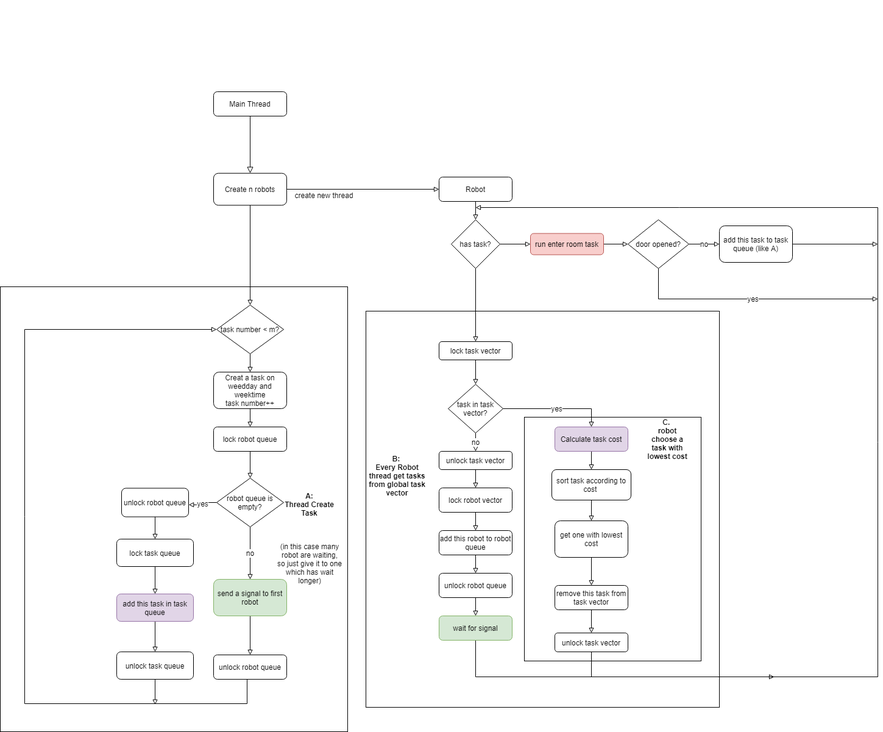
The draw.io diagram image/scheduler-detail_work_flow.png in Forrest-Z/scheduler, before a commit. Source tidied: cells renumbered, new cells last; positions are measured from the earlier drawing's top-left corner, leaving out a move shared by most shapes.
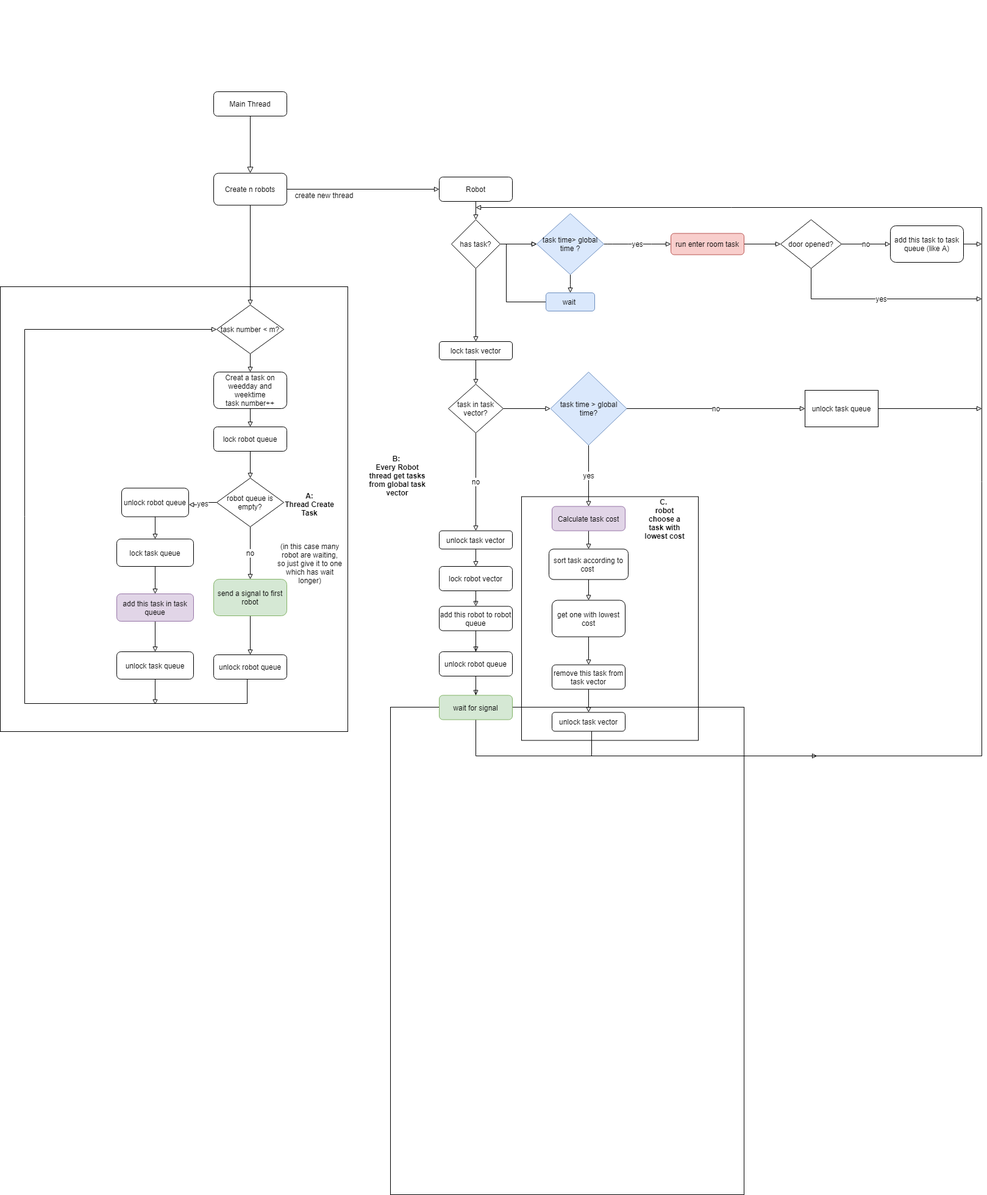
The same diagram one commit later.

What changed in the source:
```diff
@@ -3,7 +3,7 @@
     <mxCell id="0" />
     <mxCell id="1" parent="0" />
     <mxCell id="2" style="rounded=0;whiteSpace=wrap;html=1;" parent="1" vertex="1">
-      <mxGeometry x="600" y="500" width="580" height="650" as="geometry" />
+      <mxGeometry x="640" y="1150" width="580" height="800" as="geometry" />
     </mxCell>
     <mxCell id="3" style="rounded=0;whiteSpace=wrap;html=1;" parent="1" vertex="1">
       <mxGeometry y="460" width="570" height="730" as="geometry" />
@@ -82,7 +82,7 @@
     <mxCell id="25" value="Robot" style="rounded=1;whiteSpace=wrap;html=1;" parent="1" vertex="1">
       <mxGeometry x="720" y="280" width="120" height="40" as="geometry" />
     </mxCell>
-    <mxCell id="26" style="edgeStyle=orthogonalEdgeStyle;rounded=0;jettySize=auto;html=1;endArrow=block;endFill=0;" parent="1" edge="1" source="27" target="29">
+    <mxCell id="26" style="edgeStyle=orthogonalEdgeStyle;rounded=0;jettySize=auto;html=1;endArrow=block;endFill=0;" parent="1" edge="1" source="27" target="76">
       <mxGeometry relative="1" as="geometry" />
     </mxCell>
     <mxCell id="27" value="has task?" style="rhombus;whiteSpace=wrap;html=1;" parent="1" vertex="1">
@@ -92,17 +92,20 @@
       <mxGeometry relative="1" as="geometry" />
     </mxCell>
     <mxCell id="29" value="run enter room task" style="rounded=1;whiteSpace=wrap;html=1;fillColor=#f8cecc;strokeColor=#b85450;" parent="1" vertex="1">
-      <mxGeometry x="870" y="372.5" width="120" height="35" as="geometry" />
+      <mxGeometry x="1100" y="372.5" width="120" height="35" as="geometry" />
     </mxCell>
     <mxCell id="30" style="edgeStyle=orthogonalEdgeStyle;rounded=0;jettySize=auto;html=1;endArrow=block;endFill=0;" parent="1" edge="1" source="27" target="41">
       <mxGeometry relative="1" as="geometry" />
     </mxCell>
-    <mxCell id="31" value="no" style="edgeStyle=orthogonalEdgeStyle;rounded=0;jettySize=auto;html=1;endArrow=block;endFill=0;entryX=0.5;entryY=0;entryDx=0;entryDy=0;exitX=0.5;exitY=1;exitDx=0;exitDy=0;" parent="1" edge="1" source="33" target="46">
+    <mxCell id="31" value="no" style="edgeStyle=orthogonalEdgeStyle;rounded=0;jettySize=auto;html=1;endArrow=block;endFill=0;entryX=0.5;entryY=0;entryDx=0;entryDy=0;" parent="1" edge="1" source="33" target="46">
       <mxGeometry relative="1" as="geometry" />
     </mxCell>
-    <mxCell id="32" value="yes" style="edgeStyle=orthogonalEdgeStyle;rounded=0;jettySize=auto;html=1;endArrow=block;endFill=0;entryX=0.5;entryY=0;entryDx=0;entryDy=0;" parent="1" edge="1" source="33" target="37">
+    <mxCell id="32" value="yes" style="edgeStyle=orthogonalEdgeStyle;rounded=0;jettySize=auto;html=1;endArrow=block;endFill=0;entryX=0.5;entryY=0;entryDx=0;entryDy=0;" parent="1" edge="1" source="80" target="37">
       <mxGeometry relative="1" as="geometry" />
     </mxCell>
+    <mxCell id="73" style="edgeStyle=orthogonalEdgeStyle;rounded=0;jettySize=auto;html=1;endArrow=block;endFill=0;" parent="1" edge="1" source="33" target="80">
+      <mxGeometry relative="1" as="geometry" />
+    </mxCell>
     <mxCell id="33" value="task in task vector?" style="rhombus;whiteSpace=wrap;html=1;" parent="1" vertex="1">
       <mxGeometry x="735" y="620" width="90" height="80" as="geometry" />
     </mxCell>
@@ -110,19 +113,19 @@
       <mxGeometry relative="1" as="geometry" />
     </mxCell>
     <mxCell id="35" value="lock robot vector" style="rounded=1;whiteSpace=wrap;html=1;" parent="1" vertex="1">
-      <mxGeometry x="720" y="790" width="120" height="40" as="geometry" />
+      <mxGeometry x="720" y="919" width="120" height="40" as="geometry" />
     </mxCell>
     <mxCell id="36" style="edgeStyle=orthogonalEdgeStyle;rounded=0;jettySize=auto;html=1;endArrow=block;endFill=0;" parent="1" edge="1" source="37" target="67">
       <mxGeometry relative="1" as="geometry" />
     </mxCell>
     <mxCell id="37" value="Calculate task cost" style="rounded=1;whiteSpace=wrap;html=1;fillColor=#e1d5e7;strokeColor=#9673a6;" parent="1" vertex="1">
-      <mxGeometry x="910" y="690" width="120" height="40" as="geometry" />
+      <mxGeometry x="905" y="820.5" width="120" height="40" as="geometry" />
     </mxCell>
     <mxCell id="38" style="edgeStyle=orthogonalEdgeStyle;rounded=0;jettySize=auto;html=1;exitX=0.5;exitY=1;exitDx=0;exitDy=0;endArrow=block;endFill=0;" parent="1" edge="1" source="39" target="44">
       <mxGeometry relative="1" as="geometry" />
     </mxCell>
     <mxCell id="39" value="&lt;span style=&quot;white-space: normal&quot;&gt;add this robot to robot queue&lt;/span&gt;" style="rounded=1;whiteSpace=wrap;html=1;" parent="1" vertex="1">
-      <mxGeometry x="720" y="860" width="120" height="40" as="geometry" />
+      <mxGeometry x="720" y="984.5" width="120" height="40" as="geometry" />
     </mxCell>
     <mxCell id="40" style="edgeStyle=orthogonalEdgeStyle;rounded=0;jettySize=auto;html=1;endArrow=block;endFill=0;" parent="1" edge="1" source="41" target="33">
       <mxGeometry relative="1" as="geometry" />
@@ -135,9 +138,9 @@
         <mxPoint x="780" y="1030" as="sourcePoint" />
         <mxPoint x="780" y="330" as="targetPoint" />
         <Array as="points">
-          <mxPoint x="780" y="1100" />
-          <mxPoint x="1440" y="1100" />
-          <mxPoint x="1440" y="330" />
+          <mxPoint x="780" y="1230" />
+          <mxPoint x="1610" y="1230" />
+          <mxPoint x="1610" y="330" />
         </Array>
       </mxGeometry>
     </mxCell>
@@ -145,33 +148,34 @@
       <mxGeometry relative="1" as="geometry" />
     </mxCell>
     <mxCell id="44" value="unlock robot queue" style="rounded=1;whiteSpace=wrap;html=1;" parent="1" vertex="1">
-      <mxGeometry x="720" y="930" width="120" height="40" as="geometry" />
+      <mxGeometry x="720" y="1059" width="120" height="40" as="geometry" />
     </mxCell>
     <mxCell id="45" style="edgeStyle=orthogonalEdgeStyle;rounded=0;jettySize=auto;html=1;endArrow=block;endFill=0;" parent="1" edge="1" source="46" target="35">
       <mxGeometry relative="1" as="geometry" />
     </mxCell>
     <mxCell id="46" value="unlock task vector" style="rounded=1;whiteSpace=wrap;html=1;" parent="1" vertex="1">
-      <mxGeometry x="720" y="730" width="120" height="30" as="geometry" />
+      <mxGeometry x="720" y="860.5" width="120" height="30" as="geometry" />
     </mxCell>
     <mxCell id="47" style="edgeStyle=orthogonalEdgeStyle;rounded=0;jettySize=auto;html=1;endArrow=block;endFill=0;" parent="1" edge="1" source="48">
       <mxGeometry relative="1" as="geometry">
-        <mxPoint x="1270" y="1100" as="targetPoint" />
+        <mxPoint x="1340" y="1230" as="targetPoint" />
         <Array as="points">
-          <mxPoint x="970" y="1100" />
+          <mxPoint x="970" y="1230" />
+          <mxPoint x="1270" y="1230" />
         </Array>
       </mxGeometry>
     </mxCell>
     <mxCell id="48" value="unlock task vector" style="rounded=1;whiteSpace=wrap;html=1;" parent="1" vertex="1">
-      <mxGeometry x="910" y="1028" width="120" height="31" as="geometry" />
+      <mxGeometry x="905" y="1158.5" width="120" height="31" as="geometry" />
     </mxCell>
     <mxCell id="49" style="edgeStyle=orthogonalEdgeStyle;rounded=0;jettySize=auto;html=1;endArrow=block;endFill=0;" parent="1" edge="1" source="50" target="48">
       <mxGeometry relative="1" as="geometry" />
     </mxCell>
     <mxCell id="50" value="remove this task from task vector" style="rounded=1;whiteSpace=wrap;html=1;" parent="1" vertex="1">
-      <mxGeometry x="910" y="950" width="120" height="40" as="geometry" />
+      <mxGeometry x="905" y="1080.5" width="120" height="40" as="geometry" />
     </mxCell>
     <mxCell id="51" value="wait for signal" style="rounded=1;whiteSpace=wrap;html=1;fillColor=#d5e8d4;strokeColor=#82b366;" parent="1" vertex="1">
-      <mxGeometry x="720" y="1000" width="120" height="40" as="geometry" />
+      <mxGeometry x="720" y="1130.5" width="120" height="40" as="geometry" />
     </mxCell>
     <mxCell id="52" style="edgeStyle=orthogonalEdgeStyle;rounded=0;jettySize=auto;html=1;endArrow=block;endFill=0;" parent="1" edge="1" source="53" target="58">
       <mxGeometry relative="1" as="geometry" />
@@ -205,43 +209,78 @@
     </mxCell>
     <mxCell id="62" value="yes" style="edgeStyle=orthogonalEdgeStyle;rounded=0;jettySize=auto;html=1;endArrow=block;endFill=0;" parent="1" edge="1" source="63">
       <mxGeometry relative="1" as="geometry">
-        <mxPoint x="1440" y="480" as="targetPoint" />
+        <mxPoint x="1610" y="480" as="targetPoint" />
         <Array as="points">
-          <mxPoint x="1080" y="480" />
+          <mxPoint x="1330" y="480" />
         </Array>
       </mxGeometry>
     </mxCell>
     <mxCell id="63" value="door opened?" style="rhombus;whiteSpace=wrap;html=1;" parent="1" vertex="1">
-      <mxGeometry x="1030" y="350" width="100" height="80" as="geometry" />
+      <mxGeometry x="1280" y="350" width="100" height="80" as="geometry" />
     </mxCell>
     <mxCell id="64" style="edgeStyle=orthogonalEdgeStyle;rounded=0;jettySize=auto;html=1;endArrow=block;endFill=0;" parent="1" edge="1" source="65">
       <mxGeometry relative="1" as="geometry">
-        <mxPoint x="1440" y="390" as="targetPoint" />
+        <mxPoint x="1610" y="390" as="targetPoint" />
       </mxGeometry>
     </mxCell>
     <mxCell id="65" value="add this task to task queue (like A)" style="rounded=1;whiteSpace=wrap;html=1;" parent="1" vertex="1">
-      <mxGeometry x="1180" y="360" width="120" height="60" as="geometry" />
+      <mxGeometry x="1460" y="360" width="120" height="60" as="geometry" />
     </mxCell>
     <mxCell id="66" style="edgeStyle=orthogonalEdgeStyle;rounded=0;jettySize=auto;html=1;endArrow=block;endFill=0;" parent="1" edge="1" source="67" target="69">
       <mxGeometry relative="1" as="geometry" />
     </mxCell>
     <mxCell id="67" value="sort task according to cost&amp;nbsp;" style="rounded=1;whiteSpace=wrap;html=1;" parent="1" vertex="1">
-      <mxGeometry x="905" y="760" width="130" height="50" as="geometry" />
+      <mxGeometry x="900" y="890.5" width="130" height="50" as="geometry" />
     </mxCell>
     <mxCell id="68" style="edgeStyle=orthogonalEdgeStyle;rounded=0;jettySize=auto;html=1;endArrow=block;endFill=0;" parent="1" edge="1" source="69" target="50">
       <mxGeometry relative="1" as="geometry" />
     </mxCell>
     <mxCell id="69" value="get one with lowest cost" style="rounded=1;whiteSpace=wrap;html=1;" parent="1" vertex="1">
-      <mxGeometry x="910" y="844" width="120" height="60" as="geometry" />
+      <mxGeometry x="905" y="974.5" width="120" height="60" as="geometry" />
     </mxCell>
     <mxCell id="70" value="(in this case many robot are waiting, so just give it to one which has wait longer)" style="text;html=1;strokeColor=none;fillColor=none;align=center;verticalAlign=middle;whiteSpace=wrap;rounded=0;" parent="1" vertex="1">
       <mxGeometry x="452.5" y="904" width="110" height="20" as="geometry" />
     </mxCell>
     <mxCell id="71" style="text;html=1;strokeColor=#000000;fillColor=none;align=center;verticalAlign=middle;whiteSpace=wrap;rounded=0;" parent="1" vertex="1">
-      <mxGeometry x="860" y="674" width="290" height="400" as="geometry" />
+      <mxGeometry x="855" y="804.5" width="290" height="400" as="geometry" />
     </mxCell>
     <mxCell id="72" value="&lt;b&gt;C. &lt;br&gt;robot choose a task with lowest cost&lt;/b&gt;" style="text;html=1;strokeColor=none;fillColor=none;align=center;verticalAlign=middle;whiteSpace=wrap;rounded=0;" parent="1" vertex="1">
-      <mxGeometry x="1060" y="700" width="70" height="20" as="geometry" />
+      <mxGeometry x="1055" y="830.5" width="70" height="20" as="geometry" />
     </mxCell>
+    <mxCell id="74" value="yes" style="edgeStyle=orthogonalEdgeStyle;curved=1;rounded=0;jettySize=auto;html=1;exitX=1;exitY=0.5;exitDx=0;exitDy=0;endArrow=block;endFill=0;" parent="1" edge="1" source="76" target="29">
+      <mxGeometry relative="1" as="geometry" />
+    </mxCell>
+    <mxCell id="75" style="edgeStyle=orthogonalEdgeStyle;curved=1;rounded=0;jettySize=auto;html=1;endArrow=block;endFill=0;" parent="1" edge="1" source="76" target="78">
+      <mxGeometry relative="1" as="geometry" />
+    </mxCell>
+    <mxCell id="76" value="task time&amp;gt; global time ?" style="rhombus;whiteSpace=wrap;html=1;fillColor=#dae8fc;strokeColor=#6c8ebf;" parent="1" vertex="1">
+      <mxGeometry x="880" y="340" width="110" height="100" as="geometry" />
+    </mxCell>
+    <mxCell id="77" style="edgeStyle=orthogonalEdgeStyle;rounded=0;jettySize=auto;html=1;endArrow=block;endFill=0;" parent="1" edge="1" source="78">
+      <mxGeometry relative="1" as="geometry">
+        <mxPoint x="880" y="390" as="targetPoint" />
+        <Array as="points">
+          <mxPoint x="830" y="485" />
+          <mxPoint x="830" y="390" />
+        </Array>
+      </mxGeometry>
+    </mxCell>
+    <mxCell id="78" value="wait&amp;nbsp;" style="rounded=1;whiteSpace=wrap;html=1;fillColor=#dae8fc;strokeColor=#6c8ebf;" parent="1" vertex="1">
+      <mxGeometry x="895" y="470" width="80" height="30" as="geometry" />
+    </mxCell>
+    <mxCell id="79" value="no" style="edgeStyle=orthogonalEdgeStyle;rounded=0;jettySize=auto;html=1;endArrow=block;endFill=0;" parent="1" edge="1" source="80" target="82">
+      <mxGeometry relative="1" as="geometry" />
+    </mxCell>
+    <mxCell id="80" value="task time &amp;gt; global time?" style="rhombus;whiteSpace=wrap;html=1;fillColor=#dae8fc;strokeColor=#6c8ebf;" parent="1" vertex="1">
+      <mxGeometry x="902.5" y="600" width="125" height="120" as="geometry" />
+    </mxCell>
+    <mxCell id="81" style="edgeStyle=orthogonalEdgeStyle;rounded=0;jettySize=auto;html=1;endArrow=block;endFill=0;" parent="1" edge="1" source="82">
+      <mxGeometry relative="1" as="geometry">
+        <mxPoint x="1610" y="660" as="targetPoint" />
+      </mxGeometry>
+    </mxCell>
+    <mxCell id="82" value="unlock task queue" style="rounded=0;whiteSpace=wrap;html=1;" parent="1" vertex="1">
+      <mxGeometry x="1320" y="630" width="120" height="60" as="geometry" />
+    </mxCell>
   </root>
 </mxGraphModel>
```
